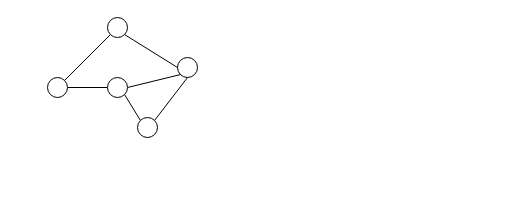
This is 强化学习embeddings.drawio from zjtone/RL-Note, a draw.io file, before an edit. Source tidied: cells renumbered, new cells numbered last; positions are measured from the earlier drawing's top-left corner, leaving out a move shared by most shapes. Both pictures are drawn from the tidied source at 100%, with x=0, y=0 at pixel (47, 17).
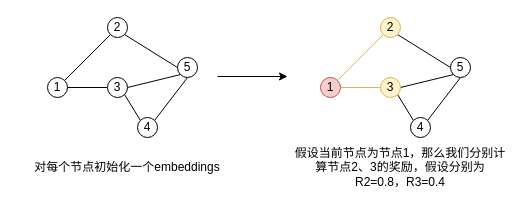
After the change.

Commit message (it also covers changes not shown here):
更新强化学习embeddings.drawio

The edit, as a diff of the source:
```diff
@@
-    <mxCell id="4" style="ellipse;whiteSpace=wrap;html=1;" parent="1" vertex="1">
+    <mxCell id="4" value="1" style="ellipse;whiteSpace=wrap;html=1;" parent="1" vertex="1">
       <mxGeometry y="60" width="20" height="20" as="geometry" />
     </mxCell>
@@
-    <mxCell id="6" style="ellipse;whiteSpace=wrap;html=1;" parent="1" vertex="1">
+    <mxCell id="6" value="5" style="ellipse;whiteSpace=wrap;html=1;" parent="1" vertex="1">
       <mxGeometry x="130" y="40" width="20" height="20" as="geometry" />
     </mxCell>
@@
-    <mxCell id="8" style="ellipse;whiteSpace=wrap;html=1;" parent="1" vertex="1">
+    <mxCell id="8" value="2" style="ellipse;whiteSpace=wrap;html=1;" parent="1" vertex="1">
       <mxGeometry x="60" width="20" height="20" as="geometry" />
     </mxCell>
@@
-    <mxCell id="10" style="ellipse;whiteSpace=wrap;html=1;" parent="1" vertex="1">
+    <mxCell id="10" value="4" style="ellipse;whiteSpace=wrap;html=1;" parent="1" vertex="1">
       <mxGeometry x="90" y="100" width="20" height="20" as="geometry" />
     </mxCell>
@@
-    <mxCell id="12" style="ellipse;whiteSpace=wrap;html=1;" parent="1" vertex="1">
+    <mxCell id="12" value="3" style="ellipse;whiteSpace=wrap;html=1;" parent="1" vertex="1">
       <mxGeometry x="60" y="60" width="20" height="20" as="geometry" />
     </mxCell>
+    <mxCell id="13" value="对每个节点初始化一个embeddings" style="text;html=1;strokeColor=none;fillColor=none;align=center;verticalAlign=middle;whiteSpace=wrap;rounded=0;" parent="1" vertex="1">
+      <mxGeometry x="-30" y="140" width="220" height="20" as="geometry" />
+    </mxCell>
+    <mxCell id="14" style="rounded=0;jettySize=auto;html=1;exitX=1;exitY=0.5;exitDx=0;exitDy=0;entryX=0;entryY=0.5;entryDx=0;entryDy=0;endArrow=none;endFill=0;fillColor=#fff2cc;strokeColor=#d6b656;" parent="1" edge="1" source="16" target="24">
+      <mxGeometry relative="1" as="geometry" />
+    </mxCell>
+    <mxCell id="15" style="edgeStyle=none;rounded=0;jettySize=auto;html=1;exitX=1;exitY=0;exitDx=0;exitDy=0;entryX=0;entryY=1;entryDx=0;entryDy=0;endArrow=none;endFill=0;fillColor=#fff2cc;strokeColor=#d6b656;" parent="1" edge="1" source="16" target="20">
+      <mxGeometry relative="1" as="geometry" />
+    </mxCell>
+    <mxCell id="16" value="1" style="ellipse;whiteSpace=wrap;html=1;fillColor=#f8cecc;strokeColor=#b85450;" parent="1" vertex="1">
+      <mxGeometry x="273" y="60" width="20" height="20" as="geometry" />
+    </mxCell>
+    <mxCell id="17" style="edgeStyle=none;rounded=0;jettySize=auto;html=1;exitX=0.5;exitY=1;exitDx=0;exitDy=0;entryX=1;entryY=0;entryDx=0;entryDy=0;endArrow=none;endFill=0;" parent="1" edge="1" source="18" target="22">
+      <mxGeometry relative="1" as="geometry" />
+    </mxCell>
+    <mxCell id="18" value="5" style="ellipse;whiteSpace=wrap;html=1;" parent="1" vertex="1">
+      <mxGeometry x="403" y="40" width="20" height="20" as="geometry" />
+    </mxCell>
+    <mxCell id="19" style="edgeStyle=none;rounded=0;jettySize=auto;html=1;exitX=1;exitY=1;exitDx=0;exitDy=0;entryX=0;entryY=0.5;entryDx=0;entryDy=0;endArrow=none;endFill=0;" parent="1" edge="1" source="20" target="18">
+      <mxGeometry relative="1" as="geometry" />
+    </mxCell>
+    <mxCell id="20" value="2" style="ellipse;whiteSpace=wrap;html=1;fillColor=#fff2cc;strokeColor=#d6b656;" parent="1" vertex="1">
+      <mxGeometry x="333" width="20" height="20" as="geometry" />
+    </mxCell>
+    <mxCell id="21" style="edgeStyle=none;rounded=0;jettySize=auto;html=1;exitX=0;exitY=0;exitDx=0;exitDy=0;entryX=1;entryY=1;entryDx=0;entryDy=0;endArrow=none;endFill=0;" parent="1" edge="1" source="22" target="24">
+      <mxGeometry relative="1" as="geometry" />
+    </mxCell>
+    <mxCell id="22" value="4" style="ellipse;whiteSpace=wrap;html=1;" parent="1" vertex="1">
+      <mxGeometry x="363" y="100" width="20" height="20" as="geometry" />
+    </mxCell>
+    <mxCell id="23" style="edgeStyle=none;rounded=0;jettySize=auto;html=1;exitX=1;exitY=0.5;exitDx=0;exitDy=0;entryX=0;entryY=1;entryDx=0;entryDy=0;endArrow=none;endFill=0;" parent="1" edge="1" source="24" target="18">
+      <mxGeometry relative="1" as="geometry" />
+    </mxCell>
+    <mxCell id="24" value="3" style="ellipse;whiteSpace=wrap;html=1;fillColor=#fff2cc;strokeColor=#d6b656;" parent="1" vertex="1">
+      <mxGeometry x="333" y="60" width="20" height="20" as="geometry" />
+    </mxCell>
+    <mxCell id="25" value="假设当前节点为节点1，那么我们分别计算节点2、3的奖励，假设分别为R2=0.8，R3=0.4" style="text;html=1;strokeColor=none;fillColor=none;align=center;verticalAlign=middle;whiteSpace=wrap;rounded=0;" parent="1" vertex="1">
+      <mxGeometry x="243" y="140" width="220" height="20" as="geometry" />
+    </mxCell>
+    <mxCell id="26" style="endArrow=classic;html=1;" parent="1" edge="1">
+      <mxGeometry relative="1" as="geometry">
+        <mxPoint x="170" y="59" as="sourcePoint" />
+        <mxPoint x="240" y="59" as="targetPoint" />
+      </mxGeometry>
+    </mxCell>
```
